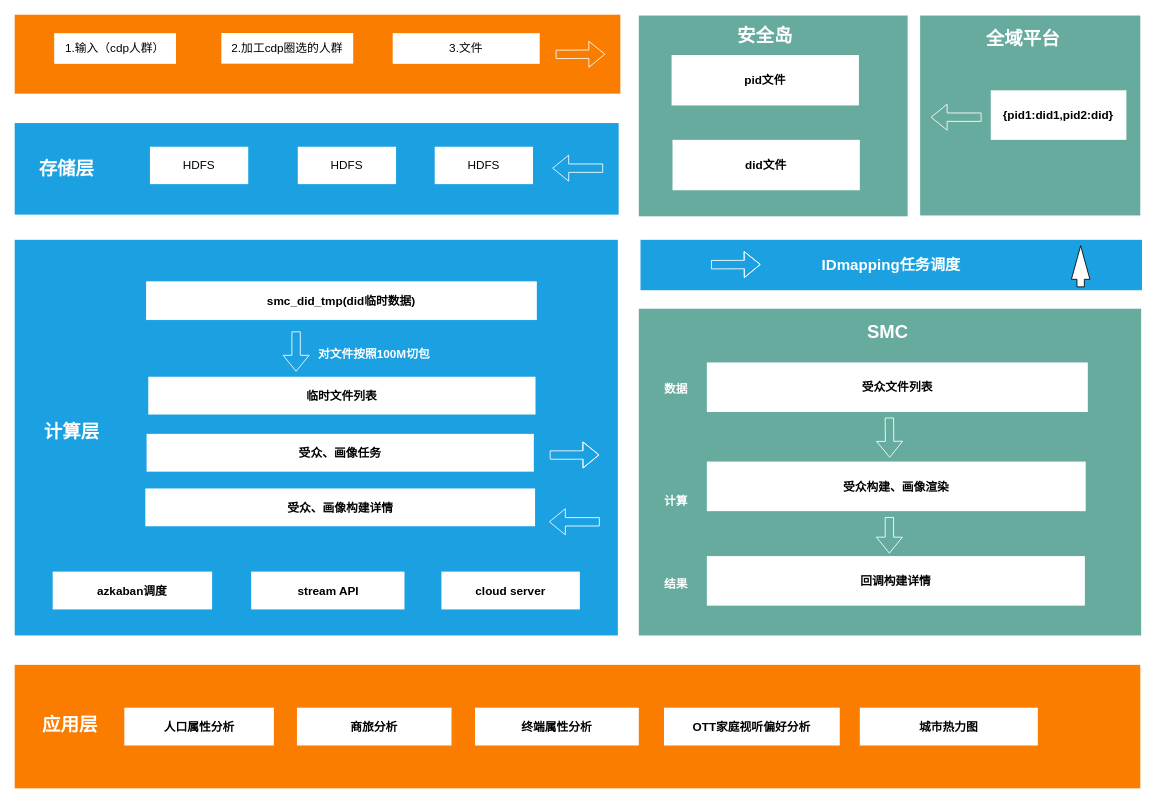
Before: 安全岛SMC.drawio in DThadch/draw, a draw.io diagram. Source tidied: cells renumbered, new cells numbered last; positions are measured from the earlier drawing's top-left corner, leaving out a move shared by most shapes. Both pictures are drawn from the tidied source at 84%, with x=0, y=0 at pixel (14, 14).
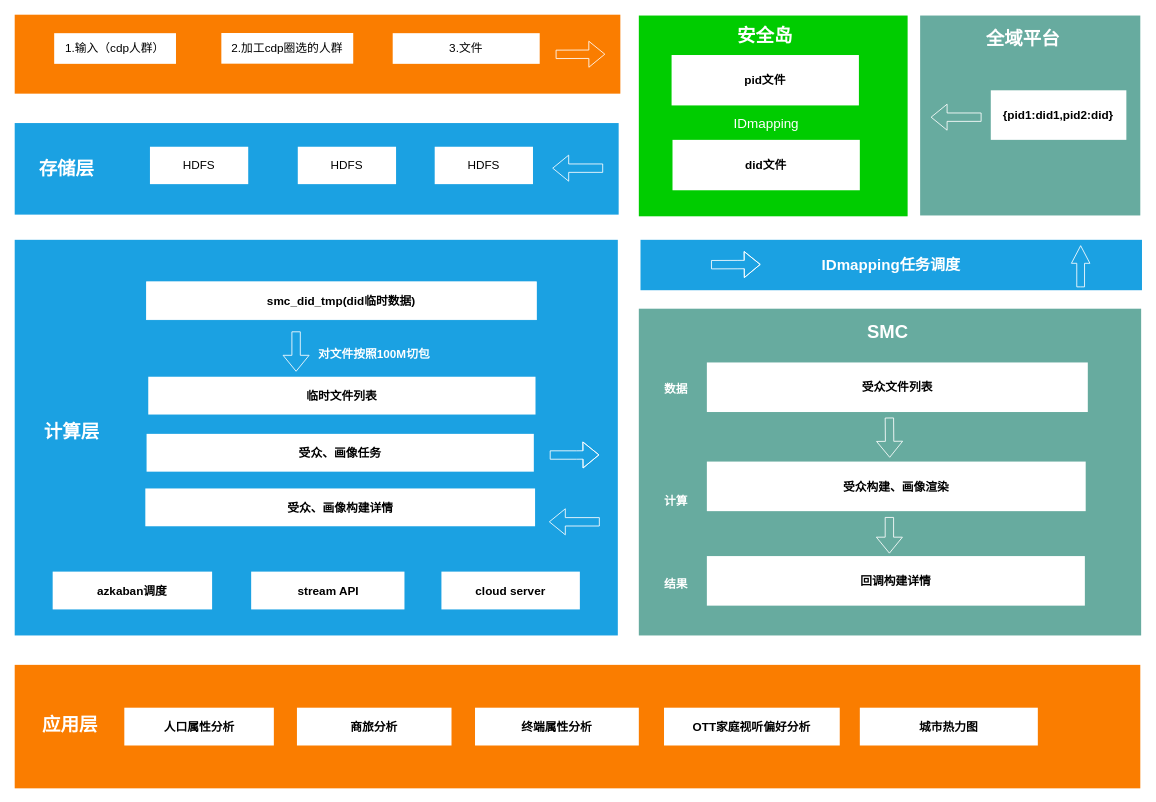
The same page after the edit.

Commit message:
更新安全岛SMC.drawio

Change to the diagram source:
```diff
@@
-    <mxCell id="12" style="rounded=0;whiteSpace=wrap;html=1;fillColor=#67AB9F;strokeColor=none;strokeWidth=3;" parent="1" vertex="1">
+    <mxCell id="12" style="rounded=0;whiteSpace=wrap;html=1;fillColor=#00CC00;strokeColor=none;strokeWidth=3;" parent="1" vertex="1">
       <mxGeometry x="743" y="1" width="320" height="239" as="geometry" />
     </mxCell>
@@
-    <mxCell id="53" style="html=1;shadow=0;dashed=0;align=center;verticalAlign=middle;shape=mxgraph.arrows2.arrow;dy=0.6;dx=40;direction=north;notch=0;" parent="1" vertex="1">
+    <mxCell id="53" style="html=1;shadow=0;dashed=0;align=center;verticalAlign=middle;shape=mxgraph.arrows2.arrow;dy=0.58;dx=20.95;direction=north;notch=0;strokeColor=#FFFFFF;fillColor=none;" parent="1" vertex="1">
       <mxGeometry x="1258" y="275" width="22" height="49" as="geometry" />
     </mxCell>
+    <mxCell id="54" value="IDmapping" style="text;html=1;strokeColor=none;fillColor=none;align=center;verticalAlign=middle;whiteSpace=wrap;rounded=0;fontColor=#FFFFFF;fontSize=16;" parent="1" vertex="1">
+      <mxGeometry x="864.6" y="114" width="60" height="30" as="geometry" />
+    </mxCell>
```
